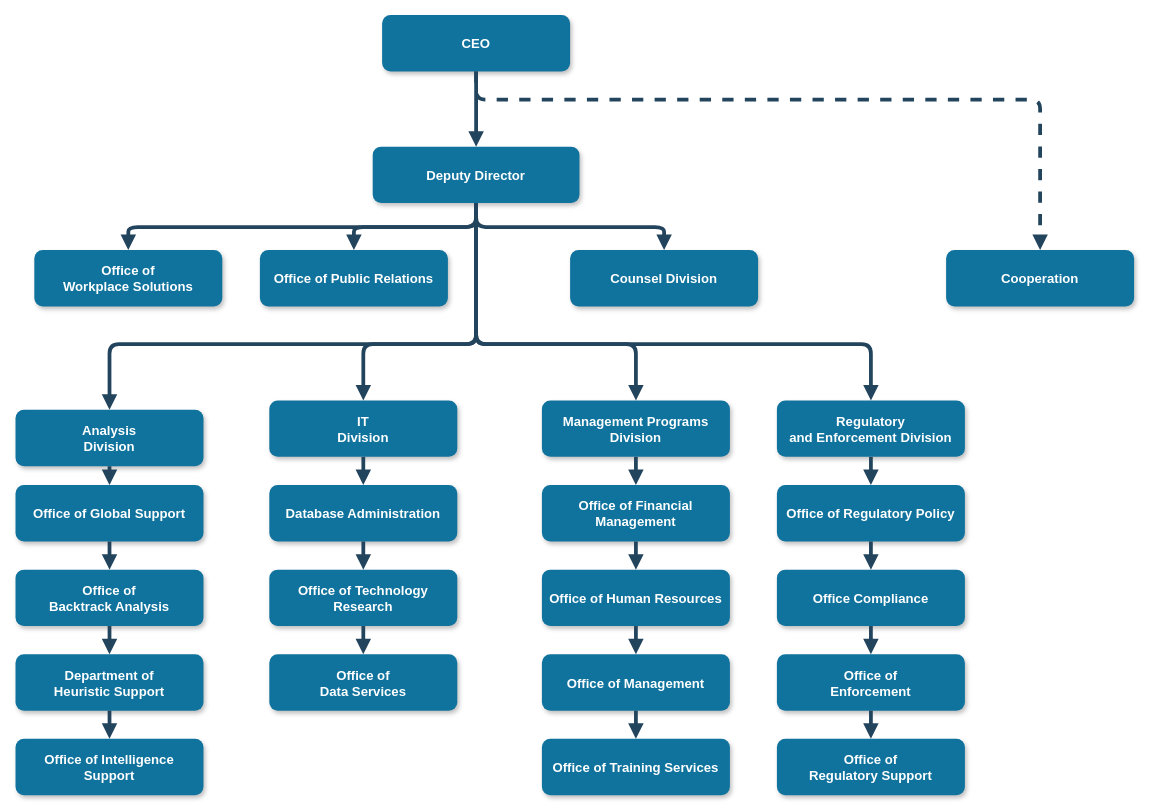
Earlier version of the draw.io diagram 未命名表单.drawio (SimonShia/swoole-ide-helper). Source tidied: cells renumbered, new cells numbered last; positions are measured from the earlier drawing's top-left corner, leaving out a move shared by most shapes. Both pictures are drawn from the tidied source at 94%, with x=0, y=0 at pixel (15, 15).
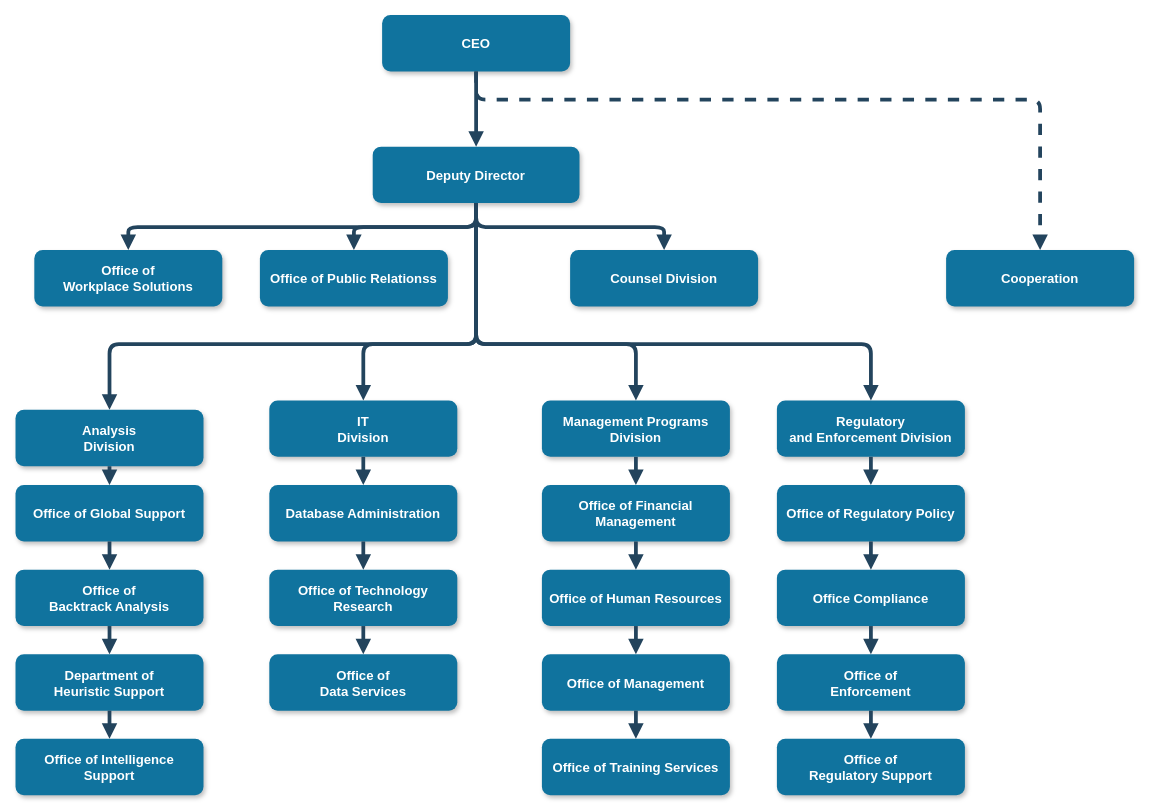
Above is the later version.

Commit message:
更新未命名表单.drawio

Diff of the diagram source:
```diff
@@
-    <mxCell id="5" value="Office of Public Relations" style="rounded=1;fillColor=#10739E;strokeColor=none;shadow=1;gradientColor=none;fontStyle=1;fontColor=#FFFFFF;fontSize=14;" parent="1" vertex="1">
+    <mxCell id="5" value="Office of Public Relationss" style="rounded=1;fillColor=#10739E;strokeColor=none;shadow=1;gradientColor=none;fontStyle=1;fontColor=#FFFFFF;fontSize=14;" parent="1" vertex="1">
       <mxGeometry x="260" y="249.5" width="200" height="60" as="geometry" />
     </mxCell>
```
